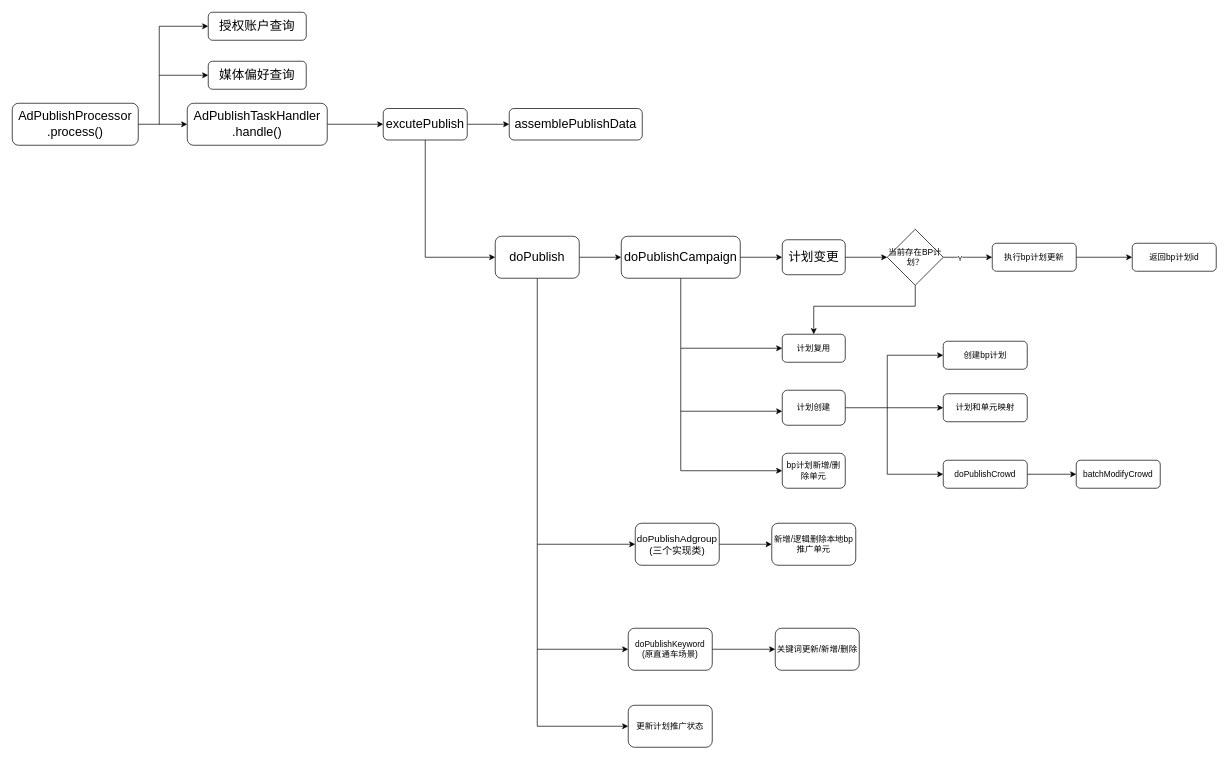
The draw.io diagram page "调度" (1 of 2) of 智投.drawio in RuishanFang/notes, before the edit. Source tidied: cells renumbered, new cells numbered last; positions are measured from the earlier drawing's top-left corner, leaving out a move shared by most shapes. Both pictures are drawn from the tidied source at 70%, with x=0, y=0 at pixel (12, 12).
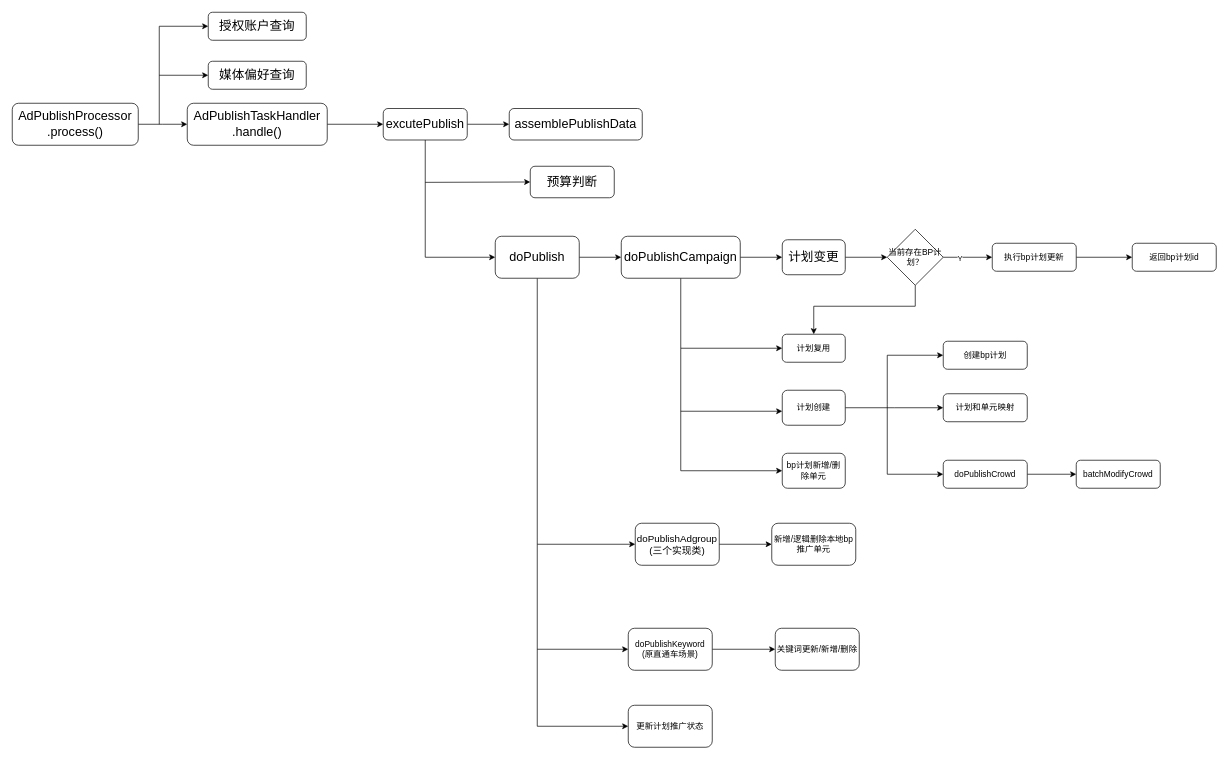
After the change.

What changed in the source:
```diff
@@
+    <mxCell id="51" value="&lt;span style=&quot;font-size: 18px;&quot;&gt;预算判断&lt;/span&gt;" style="rounded=1;whiteSpace=wrap;html=1;" parent="1" vertex="1">
+      <mxGeometry x="740" y="220" width="120" height="45" as="geometry" />
+    </mxCell>
+    <mxCell id="52" style="endArrow=classic;html=1;rounded=0;entryX=0;entryY=0.5;entryDx=0;entryDy=0;" parent="1" edge="1" target="51">
+      <mxGeometry relative="1" as="geometry">
+        <mxPoint x="590" y="243" as="sourcePoint" />
+      </mxGeometry>
+    </mxCell>
```
